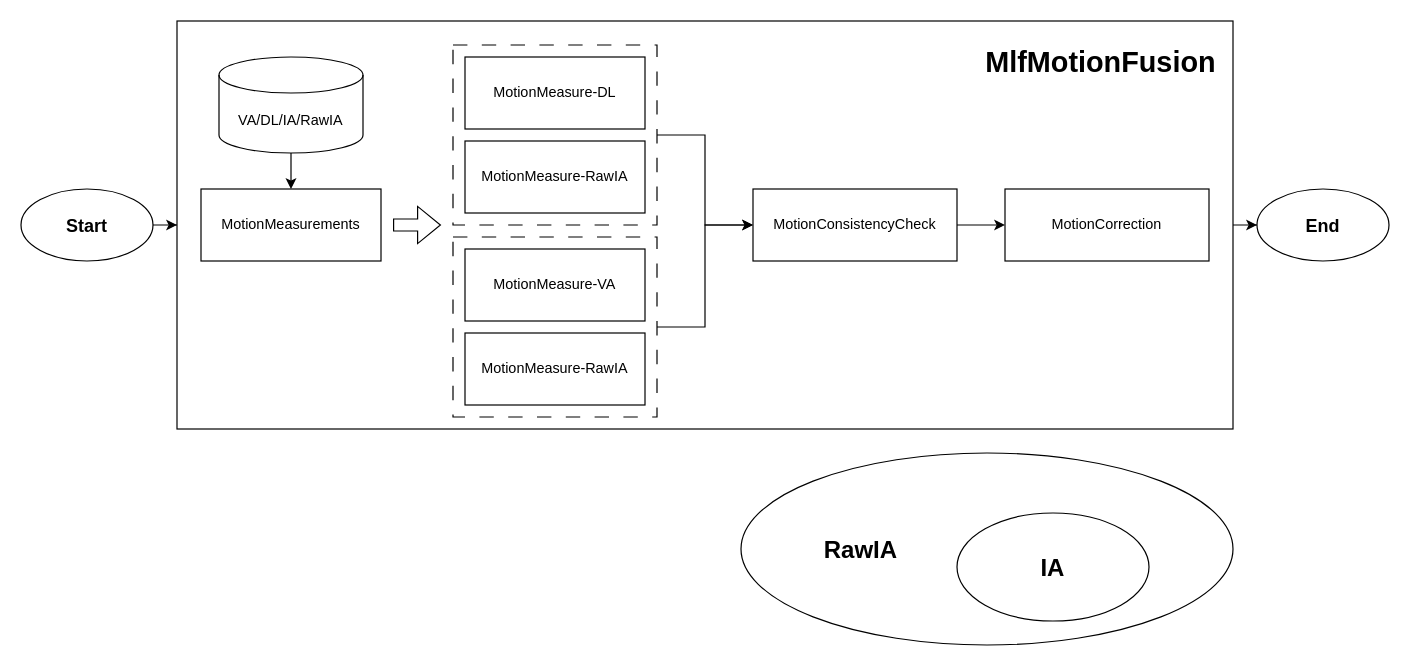
Angzz/drawio keeps this draw.io diagram as 方向一致性.drawio. Above is the earlier version. Source tidied: cells renumbered, new cells numbered last; positions are measured from the earlier drawing's top-left corner, leaving out a move shared by most shapes. Both pictures are drawn from the tidied source at 120%, with x=0, y=0 at pixel (20, 20).
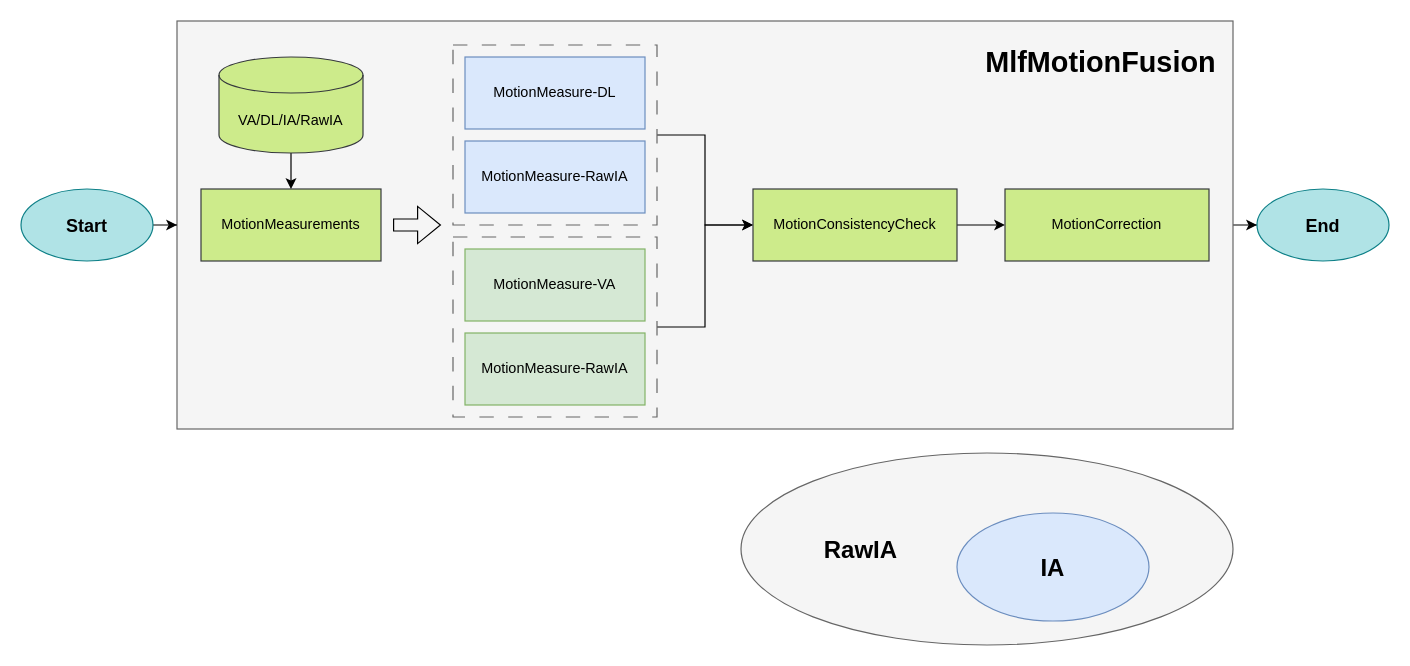
The same page after the edit.

Commit message:
更新方向一致性.drawio

The edit, as a diff of the source:
```diff
@@
-    <mxCell id="3" style="rounded=0;whiteSpace=wrap;html=1;" parent="1" vertex="1">
+    <mxCell id="3" style="rounded=0;whiteSpace=wrap;html=1;fillColor=#f5f5f5;fontColor=#333333;strokeColor=#666666;" parent="1" vertex="1">
       <mxGeometry x="130" width="880" height="340" as="geometry" />
     </mxCell>
@@
-    <mxCell id="5" style="rounded=0;whiteSpace=wrap;html=1;dashed=1;dashPattern=12 12;" parent="1" vertex="1">
+    <mxCell id="5" style="rounded=0;whiteSpace=wrap;html=1;dashed=1;dashPattern=12 12;fillColor=#f5f5f5;fontColor=#333333;strokeColor=#666666;" parent="1" vertex="1">
       <mxGeometry x="360" y="20" width="170" height="150" as="geometry" />
     </mxCell>
-    <mxCell id="6" value="MotionMeasurements" style="rounded=0;whiteSpace=wrap;html=1;" parent="1" vertex="1">
+    <mxCell id="6" value="MotionMeasurements" style="rounded=0;whiteSpace=wrap;html=1;fillColor=#cdeb8b;strokeColor=#36393d;" parent="1" vertex="1">
       <mxGeometry x="150" y="140" width="150" height="60" as="geometry" />
     </mxCell>
-    <mxCell id="7" value="MotionMeasure-RawIA" style="rounded=0;whiteSpace=wrap;html=1;" parent="1" vertex="1">
+    <mxCell id="7" value="MotionMeasure-RawIA" style="rounded=0;whiteSpace=wrap;html=1;fillColor=#dae8fc;strokeColor=#6c8ebf;" parent="1" vertex="1">
       <mxGeometry x="370" y="100" width="150" height="60" as="geometry" />
     </mxCell>
-    <mxCell id="8" value="MotionMeasure-DL" style="rounded=0;whiteSpace=wrap;html=1;" parent="1" vertex="1">
+    <mxCell id="8" value="MotionMeasure-DL" style="rounded=0;whiteSpace=wrap;html=1;fillColor=#dae8fc;strokeColor=#6c8ebf;" parent="1" vertex="1">
       <mxGeometry x="370" y="30" width="150" height="60" as="geometry" />
     </mxCell>
@@
-    <mxCell id="10" value="VA/DL/IA/RawIA" style="shape=cylinder3;whiteSpace=wrap;html=1;boundedLbl=1;backgroundOutline=1;size=15;" parent="1" vertex="1">
+    <mxCell id="10" value="VA/DL/IA/RawIA" style="shape=cylinder3;whiteSpace=wrap;html=1;boundedLbl=1;backgroundOutline=1;size=15;fillColor=#cdeb8b;strokeColor=#36393d;" parent="1" vertex="1">
       <mxGeometry x="165" y="30" width="120" height="80" as="geometry" />
     </mxCell>
@@
-    <mxCell id="13" value="MotionConsistencyCheck" style="rounded=0;whiteSpace=wrap;html=1;" parent="1" vertex="1">
+    <mxCell id="13" value="MotionConsistencyCheck" style="rounded=0;whiteSpace=wrap;html=1;fillColor=#cdeb8b;strokeColor=#36393d;" parent="1" vertex="1">
       <mxGeometry x="610" y="140" width="170" height="60" as="geometry" />
     </mxCell>
@@
-    <mxCell id="15" style="rounded=0;whiteSpace=wrap;html=1;dashed=1;dashPattern=12 12;" parent="1" vertex="1">
+    <mxCell id="15" style="rounded=0;whiteSpace=wrap;html=1;dashed=1;dashPattern=12 12;fillColor=#f5f5f5;fontColor=#333333;strokeColor=#666666;" parent="1" vertex="1">
       <mxGeometry x="360" y="180" width="170" height="150" as="geometry" />
     </mxCell>
-    <mxCell id="16" value="MotionMeasure-RawIA" style="rounded=0;whiteSpace=wrap;html=1;" parent="1" vertex="1">
+    <mxCell id="16" value="MotionMeasure-RawIA" style="rounded=0;whiteSpace=wrap;html=1;fillColor=#d5e8d4;strokeColor=#82b366;" parent="1" vertex="1">
       <mxGeometry x="370" y="260" width="150" height="60" as="geometry" />
     </mxCell>
-    <mxCell id="17" value="MotionMeasure-VA" style="rounded=0;whiteSpace=wrap;html=1;" parent="1" vertex="1">
+    <mxCell id="17" value="MotionMeasure-VA" style="rounded=0;whiteSpace=wrap;html=1;fillColor=#d5e8d4;strokeColor=#82b366;" parent="1" vertex="1">
       <mxGeometry x="370" y="190" width="150" height="60" as="geometry" />
     </mxCell>
-    <mxCell id="18" value="MotionCorrection" style="rounded=0;whiteSpace=wrap;html=1;" parent="1" vertex="1">
+    <mxCell id="18" value="MotionCorrection" style="rounded=0;whiteSpace=wrap;html=1;fillColor=#cdeb8b;strokeColor=#36393d;" parent="1" vertex="1">
       <mxGeometry x="820" y="140" width="170" height="60" as="geometry" />
     </mxCell>
@@
-    <mxCell id="20" value="&lt;b style=&quot;font-size: 15px;&quot;&gt;Start&lt;/b&gt;" style="ellipse;whiteSpace=wrap;html=1;fontSize=15;" parent="1" vertex="1">
+    <mxCell id="20" value="&lt;b style=&quot;font-size: 15px;&quot;&gt;Start&lt;/b&gt;" style="ellipse;whiteSpace=wrap;html=1;fontSize=15;fillColor=#b0e3e6;strokeColor=#0e8088;" parent="1" vertex="1">
       <mxGeometry y="140" width="110" height="60" as="geometry" />
     </mxCell>
-    <mxCell id="21" value="&lt;b style=&quot;font-size: 15px;&quot;&gt;End&lt;/b&gt;" style="ellipse;whiteSpace=wrap;html=1;fontSize=15;" parent="1" vertex="1">
+    <mxCell id="21" value="&lt;b style=&quot;font-size: 15px;&quot;&gt;End&lt;/b&gt;" style="ellipse;whiteSpace=wrap;html=1;fontSize=15;fillColor=#b0e3e6;strokeColor=#0e8088;" parent="1" vertex="1">
       <mxGeometry x="1030" y="140" width="110" height="60" as="geometry" />
     </mxCell>
-    <mxCell id="22" style="ellipse;whiteSpace=wrap;html=1;" parent="1" vertex="1">
+    <mxCell id="22" style="ellipse;whiteSpace=wrap;html=1;fillColor=#f5f5f5;fontColor=#333333;strokeColor=#666666;" parent="1" vertex="1">
       <mxGeometry x="600" y="360" width="410" height="160" as="geometry" />
     </mxCell>
-    <mxCell id="23" value="&lt;b&gt;&lt;font style=&quot;font-size: 20px;&quot;&gt;IA&lt;/font&gt;&lt;/b&gt;" style="ellipse;whiteSpace=wrap;html=1;" parent="1" vertex="1">
+    <mxCell id="23" value="&lt;b&gt;&lt;font style=&quot;font-size: 20px;&quot;&gt;IA&lt;/font&gt;&lt;/b&gt;" style="ellipse;whiteSpace=wrap;html=1;fillColor=#dae8fc;strokeColor=#6c8ebf;" parent="1" vertex="1">
       <mxGeometry x="780" y="410" width="160" height="90" as="geometry" />
     </mxCell>
```
